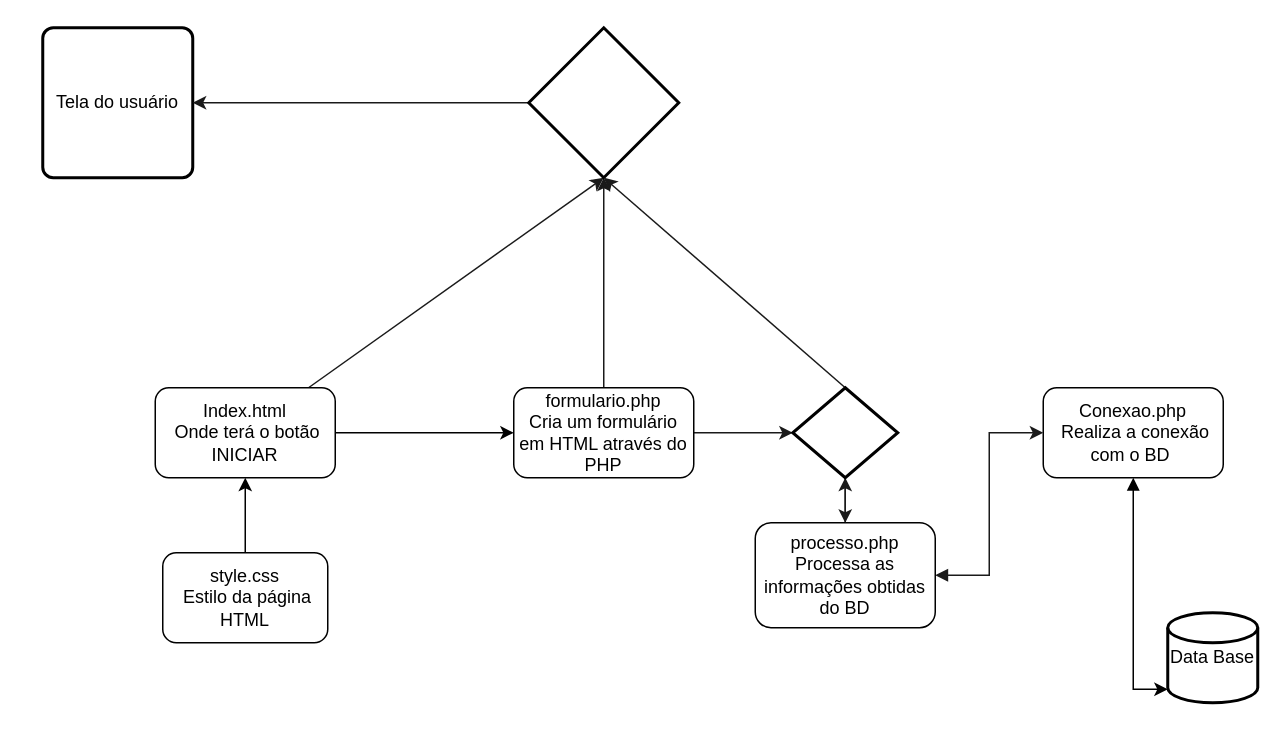
Earlier version of the draw.io diagram crudPhp/FormulárioPesquisa.drawio (DanneMello/projetosphp). Source tidied: cells renumbered, new cells numbered last; positions are measured from the earlier drawing's top-left corner, leaving out a move shared by most shapes. Both pictures are drawn from the tidied source at 150%, with x=0, y=0 at pixel (42, 27).
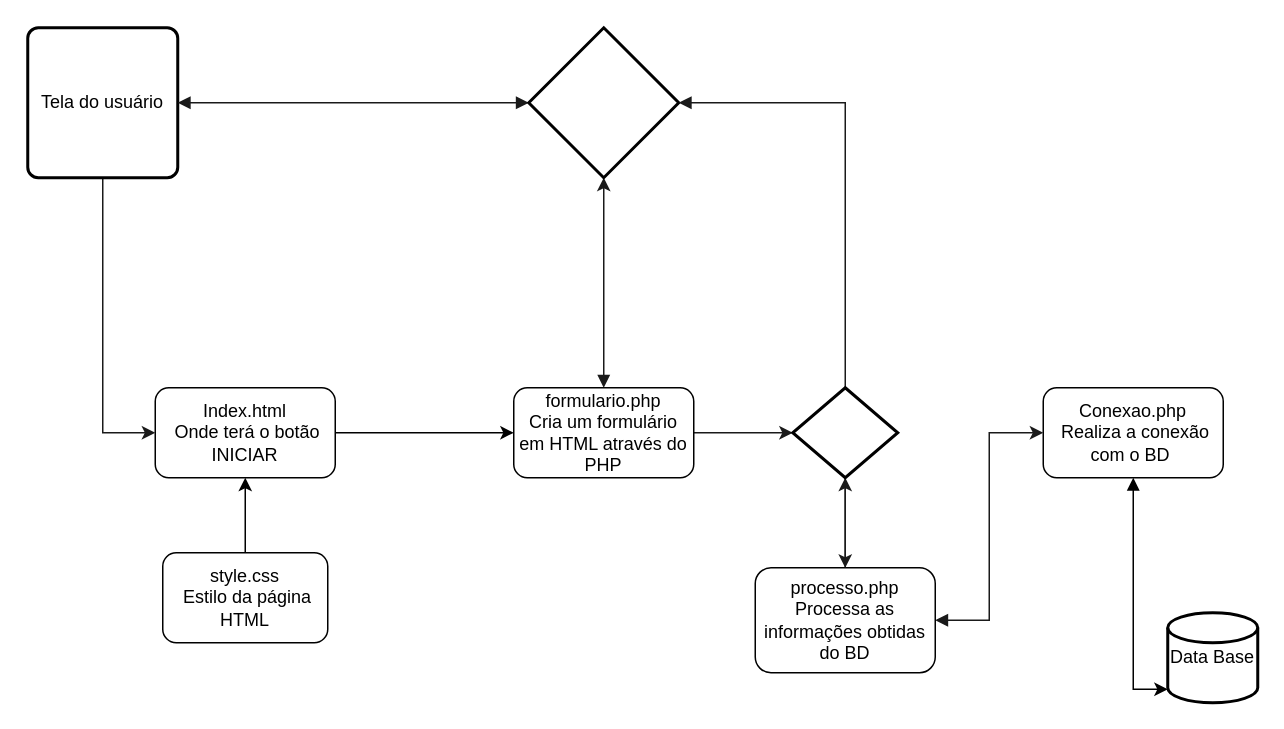
The same page after the edit.

Unchanged cells that the change refers to:
```xml
<mxCell id="4" value="Index.html&lt;br&gt;&amp;nbsp;Onde terá o botão INICIAR" style="rounded=1;whiteSpace=wrap;html=1;" parent="1" vertex="1">
  <mxGeometry x="75" y="240" width="120" height="60" as="geometry" />
</mxCell>
<mxCell id="7" value="formulario.php&lt;br&gt;Cria um formulário em HTML através do PHP" style="rounded=1;whiteSpace=wrap;html=1;" parent="1" vertex="1">
  <mxGeometry x="314" y="240" width="120" height="60" as="geometry" />
</mxCell>
<mxCell id="18" style="strokeWidth=2;html=1;shape=mxgraph.flowchart.decision;whiteSpace=wrap;" parent="1" vertex="1">
  <mxGeometry x="324" width="100" height="100" as="geometry" />
</mxCell>
<mxCell id="21" style="strokeWidth=2;html=1;shape=mxgraph.flowchart.decision;whiteSpace=wrap;" parent="1" vertex="1">
  <mxGeometry x="500" y="240" width="70" height="60" as="geometry" />
</mxCell>
```

Diff of the diagram source:
```diff
@@
-    <mxCell id="3" style="edgeStyle=none;rounded=0;jettySize=auto;html=1;startArrow=none;startFill=0;endArrow=classic;endFill=1;strokeColor=#1A1A1A;entryX=0.5;entryY=1;entryDx=0;entryDy=0;entryPerimeter=0;" parent="1" edge="1" source="4" target="18">
-      <mxGeometry relative="1" as="geometry" />
-    </mxCell>
@@
-    <mxCell id="6" style="edgeStyle=none;rounded=0;jettySize=auto;html=1;startArrow=none;startFill=0;endArrow=classic;endFill=1;strokeColor=#1A1A1A;entryX=0.5;entryY=1;entryDx=0;entryDy=0;entryPerimeter=0;" parent="1" edge="1" source="7" target="18">
+    <mxCell id="6" style="edgeStyle=none;rounded=0;jettySize=auto;html=1;startArrow=block;startFill=1;endArrow=classic;endFill=1;strokeColor=#1A1A1A;" parent="1" edge="1" source="7" target="18">
       <mxGeometry relative="1" as="geometry" />
     </mxCell>
@@
     <mxCell id="14" value="processo.php&lt;br&gt;Processa as informações obtidas do BD" style="rounded=1;whiteSpace=wrap;html=1;" parent="1" vertex="1">
-      <mxGeometry x="475" y="330" width="120" height="70" as="geometry" />
+      <mxGeometry x="475" y="360" width="120" height="70" as="geometry" />
     </mxCell>
@@
+    <mxCell id="22" style="edgeStyle=none;rounded=0;jettySize=auto;html=1;entryX=0;entryY=0.5;entryDx=0;entryDy=0;startArrow=none;startFill=0;endArrow=classic;endFill=1;strokeColor=#1A1A1A;" parent="1" edge="1" source="16" target="4">
+      <mxGeometry relative="1" as="geometry">
+        <Array as="points">
+          <mxPoint x="40" y="270" />
+        </Array>
+      </mxGeometry>
+    </mxCell>
     <mxCell id="16" value="Tela do usuário" style="rounded=1;whiteSpace=wrap;html=1;absoluteArcSize=1;arcSize=14;strokeWidth=2;" parent="1" vertex="1">
-      <mxGeometry width="100" height="100" as="geometry" />
+      <mxGeometry x="-10" width="100" height="100" as="geometry" />
     </mxCell>
-    <mxCell id="17" style="edgeStyle=none;rounded=0;jettySize=auto;html=1;startArrow=none;startFill=0;endArrow=classic;endFill=1;strokeColor=#1A1A1A;" parent="1" edge="1" source="18" target="16">
+    <mxCell id="17" style="edgeStyle=none;rounded=0;jettySize=auto;html=1;startArrow=block;startFill=1;endArrow=block;endFill=1;strokeColor=#1A1A1A;" parent="1" edge="1" source="18" target="16">
       <mxGeometry relative="1" as="geometry" />
     </mxCell>
@@
-    <mxCell id="20" style="edgeStyle=none;rounded=0;jettySize=auto;html=1;startArrow=none;startFill=0;endArrow=classic;endFill=1;strokeColor=#1A1A1A;entryX=0.5;entryY=1;entryDx=0;entryDy=0;entryPerimeter=0;exitX=0.5;exitY=0;exitDx=0;exitDy=0;exitPerimeter=0;" parent="1" edge="1" source="21" target="18">
-      <mxGeometry relative="1" as="geometry" />
+    <mxCell id="20" style="edgeStyle=none;rounded=0;jettySize=auto;html=1;startArrow=none;startFill=0;endArrow=block;endFill=1;strokeColor=#1A1A1A;entryX=1;entryY=0.5;entryDx=0;entryDy=0;entryPerimeter=0;" parent="1" edge="1" source="21" target="18">
+      <mxGeometry relative="1" as="geometry">
+        <Array as="points">
+          <mxPoint x="535" y="50" />
+        </Array>
+      </mxGeometry>
     </mxCell>
```
